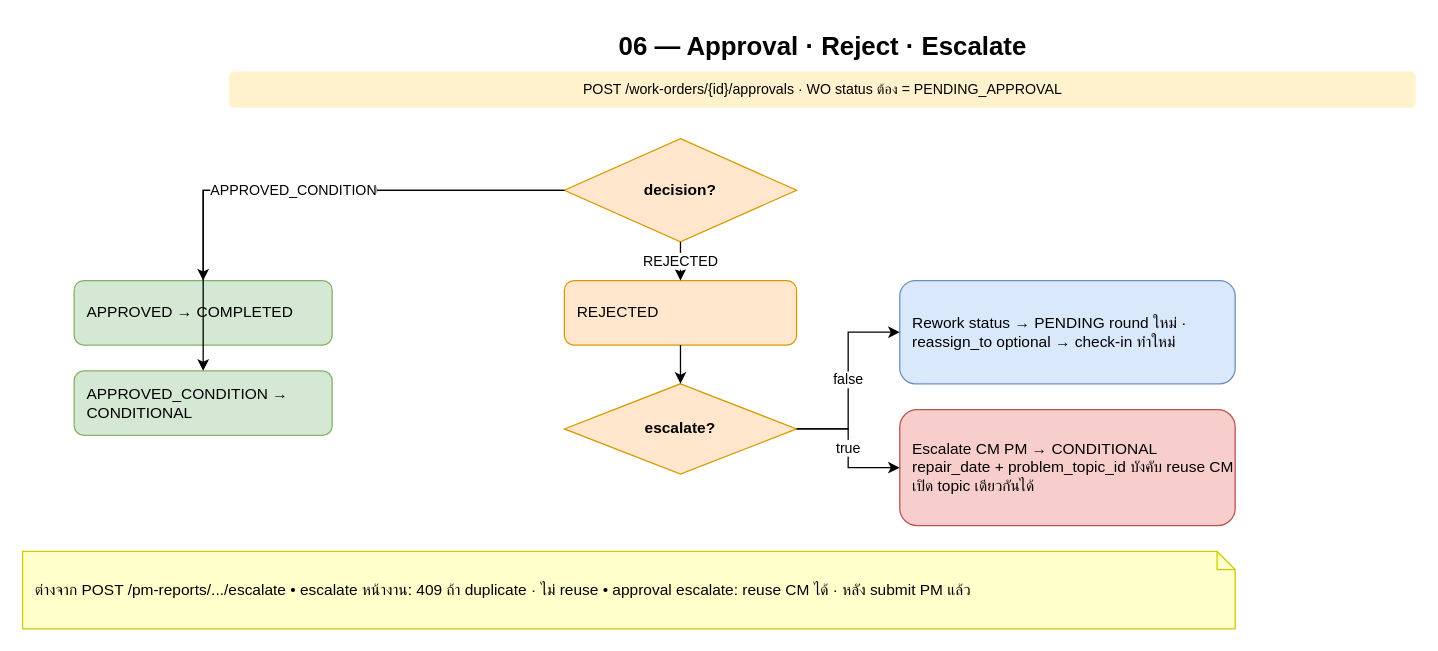
jiraphorn-ccm/mwa-ops-rtu-api keeps this draw.io diagram as page "06 — Approval" (7 of 7) of doc/diagrams/rtu-pm-cm-workflows.drawio. Above is the earlier version. Source tidied: cells renumbered, new cells numbered last; positions are measured from the earlier drawing's top-left corner, leaving out a move shared by most shapes. Both pictures are drawn from the tidied source at 129%, with x=0, y=0 at pixel (22, 22).
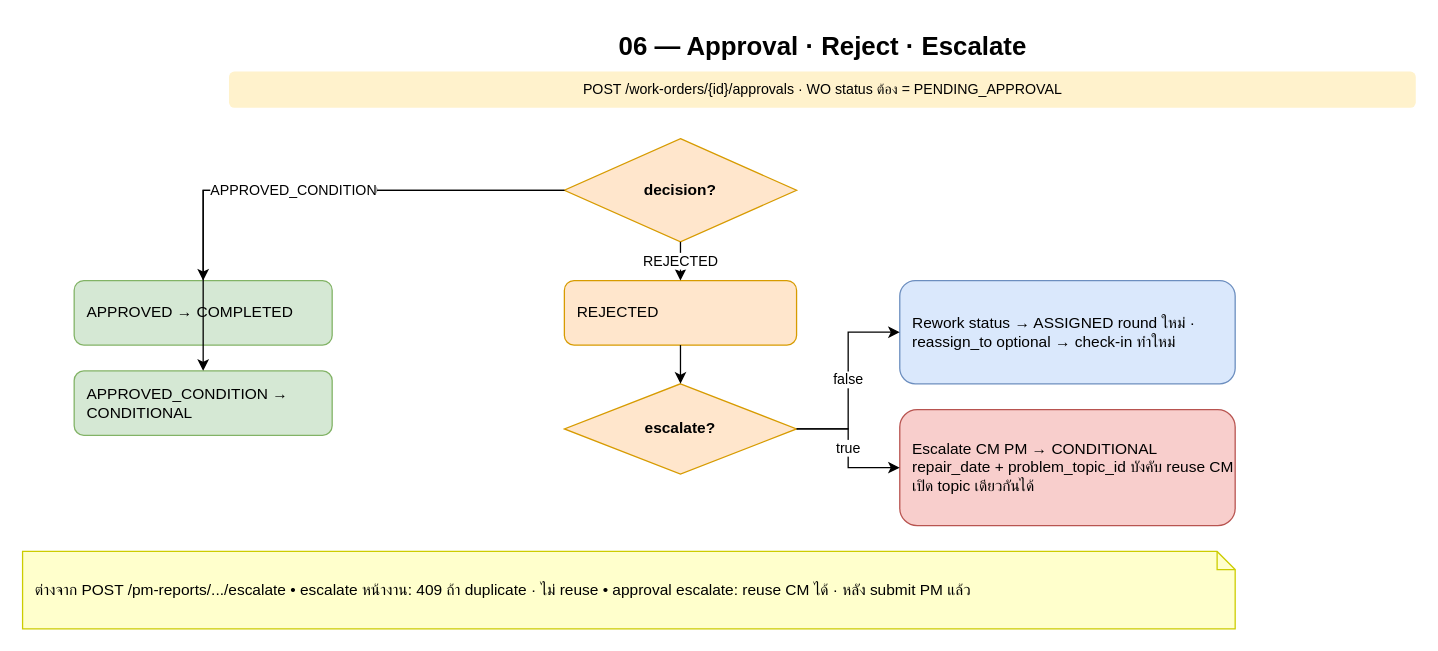
The same page after the edit.

Commit message (it also covers changes not shown here):
ใบงานเก่าที่เคย reject ไปแล้วและค้าง PENDING จะไม่ถูกย้ายอัตโนมัติ — ใบใหม่หลังไม่อนุมัติจะเป็นมอบหมายทันที

Change to the diagram source:
```diff
@@
 <mxGraphModel>
   <root>
     <mxCell id="0" />
     <mxCell id="1" parent="0" />
     <mxCell id="2" value="06 — Approval · Reject · Escalate" style="text;html=1;strokeColor=none;fillColor=none;align=center;verticalAlign=middle;fontSize=20;fontStyle=1;" parent="1" vertex="1">
       <mxGeometry x="240" width="760" height="36" as="geometry" />
     </mxCell>
     <mxCell id="3" value="POST /work-orders/{id}/approvals · WO status ต้อง = PENDING_APPROVAL" style="text;html=1;strokeColor=none;fillColor=#FFF2CC;align=center;verticalAlign=middle;fontSize=11;rounded=1;" parent="1" vertex="1">
       <mxGeometry x="160" y="38" width="920" height="28" as="geometry" />
     </mxCell>
     <mxCell id="4" value="decision?" style="rhombus;whiteSpace=wrap;html=1;fillColor=#FFE6CC;strokeColor=#D79B00;fontStyle=1;" parent="1" vertex="1">
       <mxGeometry x="420" y="90" width="180" height="80" as="geometry" />
     </mxCell>
     <mxCell id="5" value="APPROVED&amp;#xa;→ COMPLETED" style="rounded=1;whiteSpace=wrap;html=1;fillColor=#D5E8D4;strokeColor=#82B366;align=left;spacingLeft=8;" parent="1" vertex="1">
       <mxGeometry x="40" y="200" width="200" height="50" as="geometry" />
     </mxCell>
     <mxCell id="6" value="APPROVED_CONDITION&amp;#xa;→ CONDITIONAL" style="rounded=1;whiteSpace=wrap;html=1;fillColor=#D5E8D4;strokeColor=#82B366;align=left;spacingLeft=8;" parent="1" vertex="1">
       <mxGeometry x="40" y="270" width="200" height="50" as="geometry" />
     </mxCell>
     <mxCell id="7" value="REJECTED" style="rounded=1;whiteSpace=wrap;html=1;fillColor=#FFE6CC;strokeColor=#D79B00;align=left;spacingLeft=8;" parent="1" vertex="1">
       <mxGeometry x="420" y="200" width="180" height="50" as="geometry" />
     </mxCell>
     <mxCell id="8" value="escalate?" style="rhombus;whiteSpace=wrap;html=1;fillColor=#FFE6CC;strokeColor=#D79B00;fontStyle=1;" parent="1" vertex="1">
       <mxGeometry x="420" y="280" width="180" height="70" as="geometry" />
     </mxCell>
-    <mxCell id="9" value="Rework&amp;#xa;status → PENDING&amp;#xa;round ใหม่ · reassign_to optional&amp;#xa;→ check-in ทำใหม่" style="rounded=1;whiteSpace=wrap;html=1;fillColor=#DAE8FC;strokeColor=#6C8EBF;align=left;spacingLeft=8;" parent="1" vertex="1">
+    <mxCell id="9" value="Rework&amp;#xa;status → ASSIGNED&amp;#xa;round ใหม่ · reassign_to optional&amp;#xa;→ check-in ทำใหม่" style="rounded=1;whiteSpace=wrap;html=1;fillColor=#DAE8FC;strokeColor=#6C8EBF;align=left;spacingLeft=8;" parent="1" vertex="1">
       <mxGeometry x="680" y="200" width="260" height="80" as="geometry" />
     </mxCell>
     <mxCell id="10" value="Escalate CM&amp;#xa;PM → CONDITIONAL&amp;#xa;repair_date + problem_topic_id บังคับ&amp;#xa;reuse CM เปิด topic เดียวกันได้" style="rounded=1;whiteSpace=wrap;html=1;fillColor=#F8CECC;strokeColor=#B85450;align=left;spacingLeft=8;" parent="1" vertex="1">
       <mxGeometry x="680" y="300" width="260" height="90" as="geometry" />
     </mxCell>
     <mxCell id="11" value="ต่างจาก POST /pm-reports/.../escalate&amp;#xa;• escalate หน้างาน: 409 ถ้า duplicate · ไม่ reuse&amp;#xa;• approval escalate: reuse CM ได้ · หลัง submit PM แล้ว" style="shape=note;whiteSpace=wrap;html=1;size=14;fillColor=#FFFFCC;strokeColor=#CCCC00;align=left;spacingLeft=8;" parent="1" vertex="1">
       <mxGeometry y="410" width="940" height="60" as="geometry" />
     </mxCell>
     <mxCell id="12" value="APPROVED" style="edgeStyle=orthogonalEdgeStyle;rounded=0;html=1;" parent="1" edge="1" source="4" target="5">
       <mxGeometry relative="1" as="geometry" />
     </mxCell>
     <mxCell id="13" value="APPROVED_CONDITION" style="edgeStyle=orthogonalEdgeStyle;rounded=0;html=1;" parent="1" edge="1" source="4" target="6">
       <mxGeometry relative="1" as="geometry" />
     </mxCell>
     <mxCell id="14" value="REJECTED" style="edgeStyle=orthogonalEdgeStyle;rounded=0;html=1;" parent="1" edge="1" source="4" target="7">
       <mxGeometry relative="1" as="geometry" />
     </mxCell>
     <mxCell id="15" style="edgeStyle=orthogonalEdgeStyle;rounded=0;html=1;" parent="1" edge="1" source="7" target="8">
       <mxGeometry relative="1" as="geometry" />
     </mxCell>
     <mxCell id="16" value="false" style="edgeStyle=orthogonalEdgeStyle;rounded=0;html=1;" parent="1" edge="1" source="8" target="9">
       <mxGeometry relative="1" as="geometry" />
     </mxCell>
     <mxCell id="17" value="true" style="edgeStyle=orthogonalEdgeStyle;rounded=0;html=1;" parent="1" edge="1" source="8" target="10">
       <mxGeometry relative="1" as="geometry" />
     </mxCell>
   </root>
 </mxGraphModel>
```
